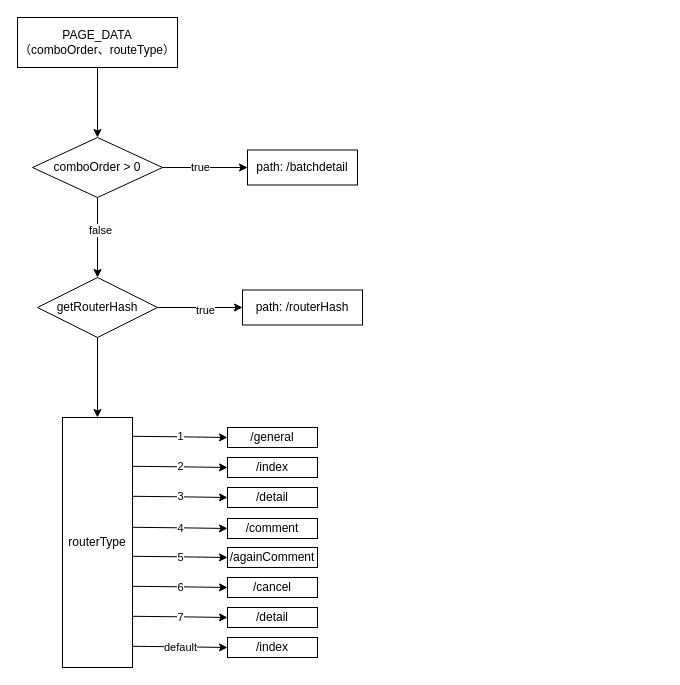
Before: 逻辑.drawio in junyangfan/draw, a draw.io diagram. Source tidied: cells renumbered, new cells numbered last; positions are measured from the earlier drawing's top-left corner, leaving out a move shared by most shapes. Both pictures are drawn from the tidied source at 100%, with x=0, y=0 at pixel (17, 17).
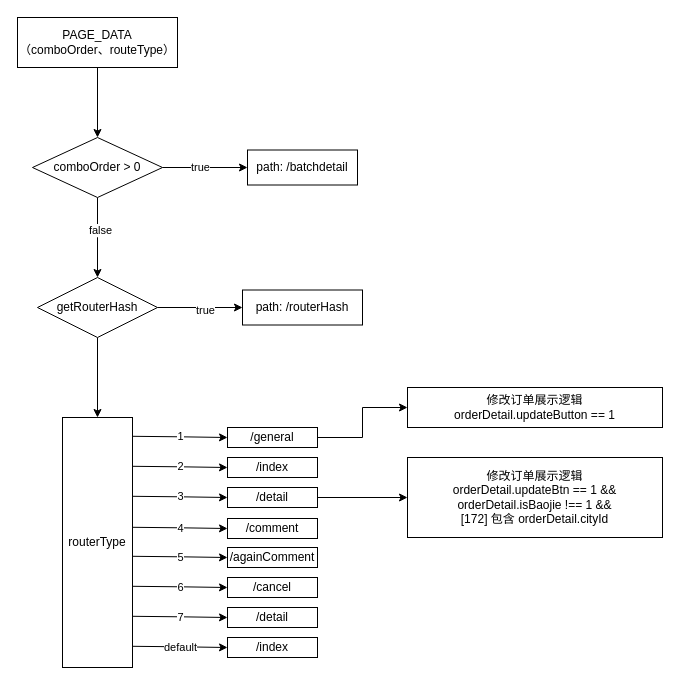
The same diagram, later.

The change refers to these unchanged cells:
```xml
<mxCell id="15" value="/general" style="whiteSpace=wrap;html=1;" parent="1" vertex="1">
  <mxGeometry x="210" y="410" width="90" height="20" as="geometry" />
</mxCell>
<mxCell id="20" value="/detail" style="whiteSpace=wrap;html=1;" parent="1" vertex="1">
  <mxGeometry x="210" y="470" width="90" height="20" as="geometry" />
</mxCell>
```

The edit, as a diff of the source:
```diff
@@
+    <mxCell id="32" style="edgeStyle=orthogonalEdgeStyle;rounded=0;jettySize=auto;html=1;" parent="1" edge="1" source="15" target="34">
+      <mxGeometry relative="1" as="geometry" />
+    </mxCell>
@@
+    <mxCell id="33" style="edgeStyle=orthogonalEdgeStyle;rounded=0;jettySize=auto;html=1;" parent="1" edge="1" source="20" target="35">
+      <mxGeometry relative="1" as="geometry" />
+    </mxCell>
@@
+    <mxCell id="34" value="修改订单展示逻辑&lt;div&gt;orderDetail.updateButton == 1&lt;/div&gt;" style="whiteSpace=wrap;html=1;" parent="1" vertex="1">
+      <mxGeometry x="390" y="370" width="255" height="40" as="geometry" />
+    </mxCell>
+    <mxCell id="35" value="修改订单展示逻辑&lt;div&gt;orderDetail.updateBtn == 1 &amp;amp;&amp;amp;&lt;/div&gt;&lt;div&gt;orderDetail.isBaojie !== 1 &amp;amp;&amp;amp;&lt;/div&gt;&lt;div&gt;[172] 包含 orderDetail.cityId&lt;/div&gt;" style="whiteSpace=wrap;html=1;" parent="1" vertex="1">
+      <mxGeometry x="390" y="440" width="255" height="80" as="geometry" />
+    </mxCell>
```
